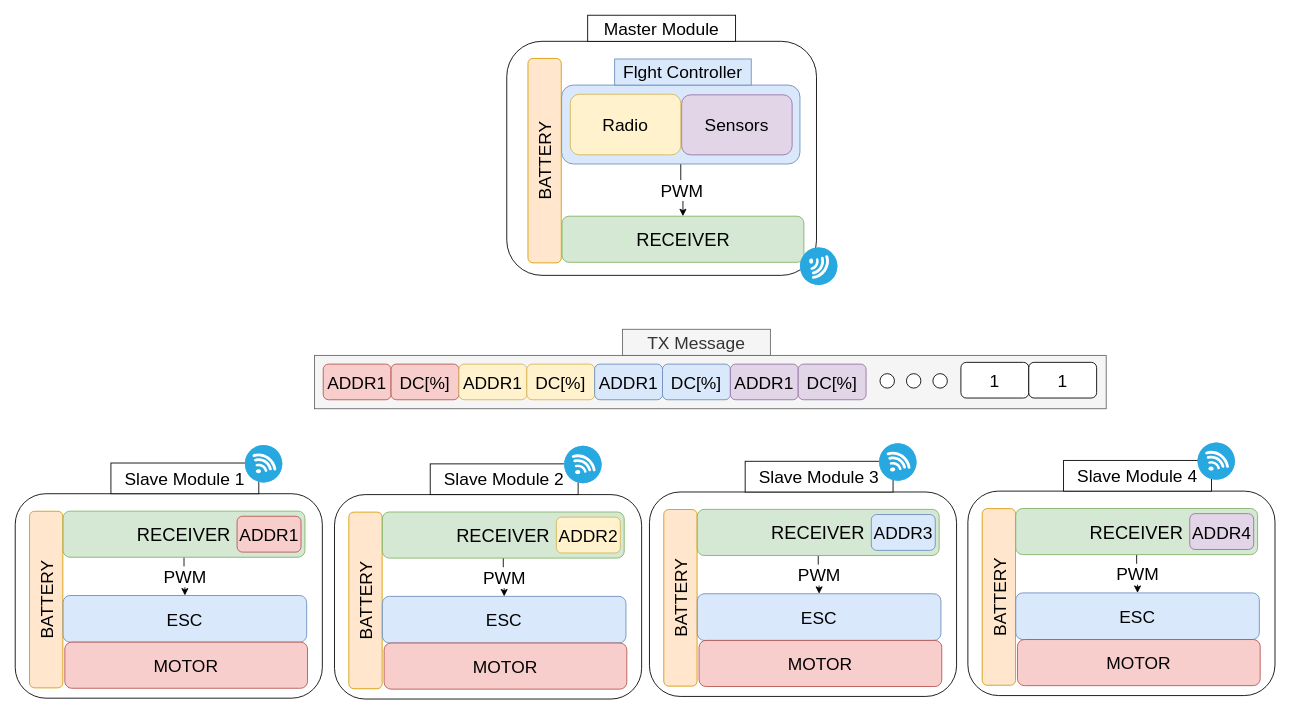
paolofuria99/modular-drone keeps this draw.io diagram as system_concept.drawio. Above is the earlier version. Source tidied: cells renumbered, new cells numbered last; positions are measured from the earlier drawing's top-left corner, leaving out a move shared by most shapes. Both pictures are drawn from the tidied source at 87%, with x=0, y=0 at pixel (-43, 15).
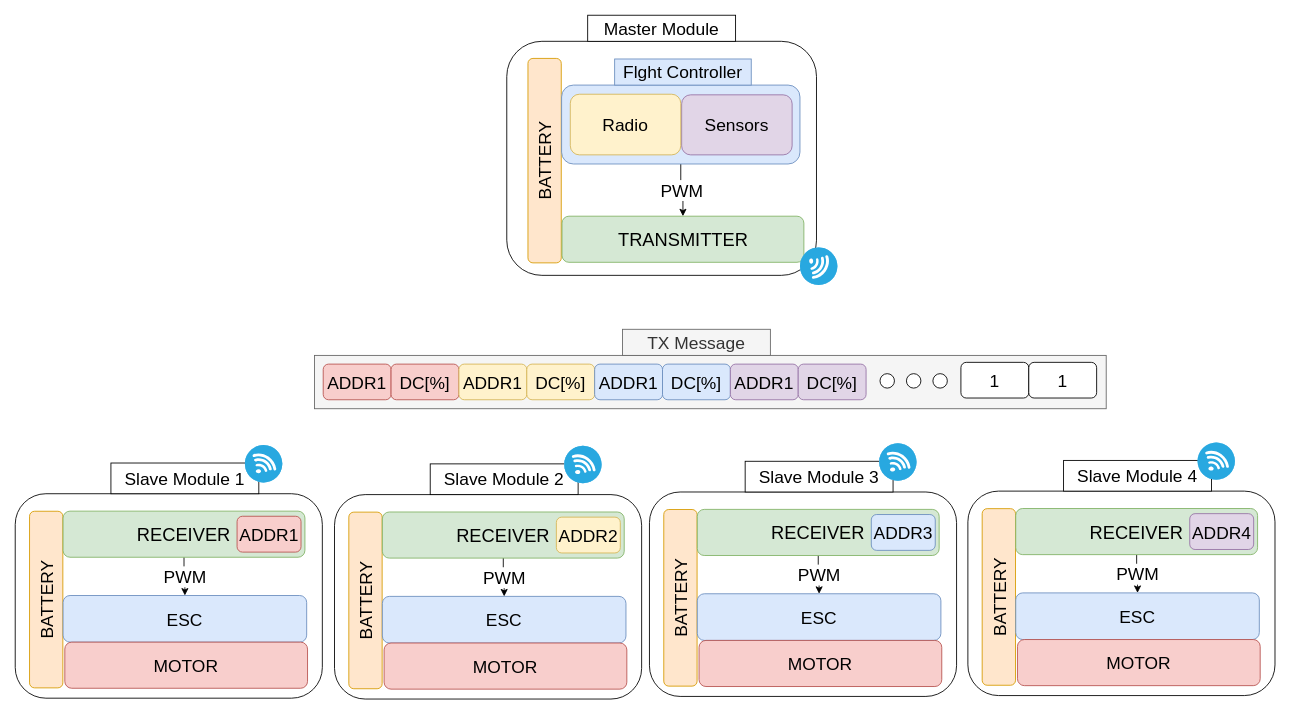
Above is the later version.

The change refers to these unchanged cells:
```xml
<mxCell id="42" style="group;" parent="1" vertex="1">
  <mxGeometry x="631" width="356" height="299" as="geometry" />
</mxCell>
```

Diff of the diagram source:
```diff
@@
-    <mxCell id="46" value="&lt;font style=&quot;font-size: 21px;&quot;&gt;RECEIVER&lt;br&gt;&lt;/font&gt;" style="rounded=1;whiteSpace=wrap;html=1;fillColor=#d5e8d4;strokeColor=#82b366;align=center;" parent="42" vertex="1">
+    <mxCell id="46" value="&lt;font style=&quot;font-size: 21px;&quot;&gt;TRANSMITTER&lt;br&gt;&lt;/font&gt;" style="rounded=1;whiteSpace=wrap;html=1;fillColor=#d5e8d4;strokeColor=#82b366;align=center;" parent="42" vertex="1">
       <mxGeometry x="63.5" y="231" width="278" height="53" as="geometry" />
     </mxCell>
```
